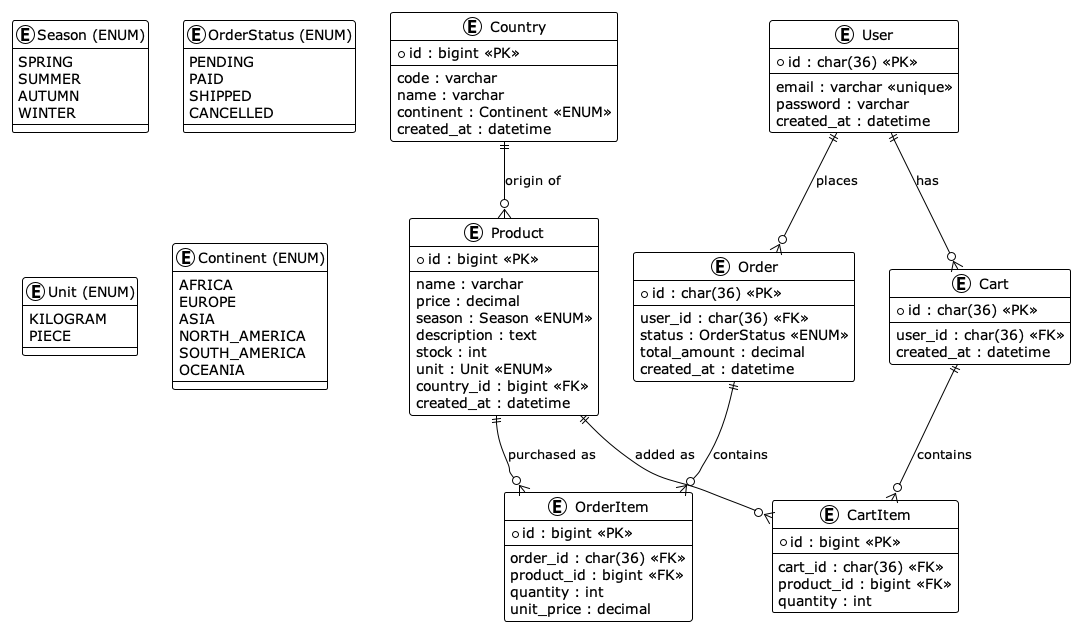
Before: conception/Modele-du-domaine-diagramme-erd.png, a diagram exported from PlantUML (shrp777/fruits-market-starter-kit). Its diagram source:
```plantuml
@startuml
!theme plain

entity "Season (ENUM)" as season_enum {
  SPRING
  SUMMER
  AUTUMN
  WINTER
}

entity "OrderStatus (ENUM)" as order_status_enum {
  PENDING
  PAID
  SHIPPED
  CANCELLED
}

entity "Unit (ENUM)" as unit_enum {
  KILOGRAM
  PIECE
}

entity "Continent (ENUM)" as continent_enum {
  AFRICA
  EUROPE
  ASIA
  NORTH_AMERICA
  SOUTH_AMERICA
  OCEANIA
}

entity "Country" as country {
  * id : bigint <<PK>>
  --
  code : varchar
  name : varchar
  continent : Continent <<ENUM>>
  created_at : datetime
}

entity "User" as user {
  * id : char(36) <<PK>>
  --
  email : varchar <<unique>>
  password : varchar
  created_at : datetime
}

entity "Product" as product {
  * id : bigint <<PK>>
  --
  name : varchar
  price : decimal
  season : Season <<ENUM>>
  description : text
  stock : int
  unit : Unit <<ENUM>>
  country_id : bigint <<FK>>
  created_at : datetime
}

entity "Cart" as cart {
  * id : char(36) <<PK>>
  --
  user_id : char(36) <<FK>>
  created_at : datetime
}

entity "CartItem" as cart_item {
  * id : bigint <<PK>>
  --
  cart_id : char(36) <<FK>>
  product_id : bigint <<FK>>
  quantity : int
}

entity "Order" as orders {
  * id : char(36) <<PK>>
  --
  user_id : char(36) <<FK>>
  status : OrderStatus <<ENUM>>
  total_amount : decimal
  created_at : datetime
}

entity "OrderItem" as order_item {
  * id : bigint <<PK>>
  --
  order_id : char(36) <<FK>>
  product_id : bigint <<FK>>
  quantity : int
  unit_price : decimal
}

country ||--o{ product : "origin of"

user ||--o{ cart : "has"
cart ||--o{ cart_item : "contains"
product ||--o{ cart_item : "added as"

user ||--o{ orders : "places"
orders ||--o{ order_item : "contains"
product ||--o{ order_item : "purchased as"

@enduml
```
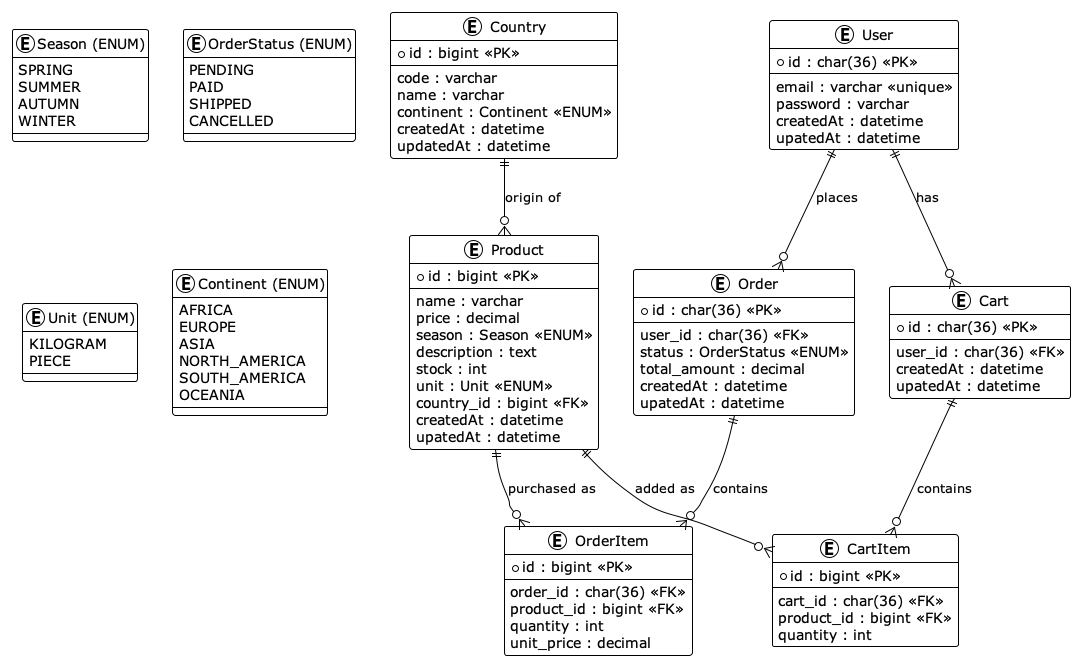
The same file after the commit.

Commit message:
mise à jour entité + diagrammes UML avec attribut updatedAt

Change to the diagram source:
```diff
@@ -35,7 +35,8 @@
   code : varchar
   name : varchar
   continent : Continent <<ENUM>>
-  created_at : datetime
+  createdAt : datetime
+  updatedAt : datetime
 }
 
 entity "User" as user {
@@ -43,7 +44,8 @@
   --
   email : varchar <<unique>>
   password : varchar
-  created_at : datetime
+  createdAt : datetime
+  upatedAt : datetime
 }
 
 entity "Product" as product {
@@ -56,14 +58,16 @@
   stock : int
   unit : Unit <<ENUM>>
   country_id : bigint <<FK>>
-  created_at : datetime
+  createdAt : datetime
+  upatedAt : datetime
 }
 
 entity "Cart" as cart {
   * id : char(36) <<PK>>
   --
   user_id : char(36) <<FK>>
-  created_at : datetime
+  createdAt : datetime
+  upatedAt : datetime
 }
 
 entity "CartItem" as cart_item {
@@ -80,7 +84,8 @@
   user_id : char(36) <<FK>>
   status : OrderStatus <<ENUM>>
   total_amount : decimal
-  created_at : datetime
+  createdAt : datetime
+  upatedAt : datetime
 }
 
 entity "OrderItem" as order_item {
```
